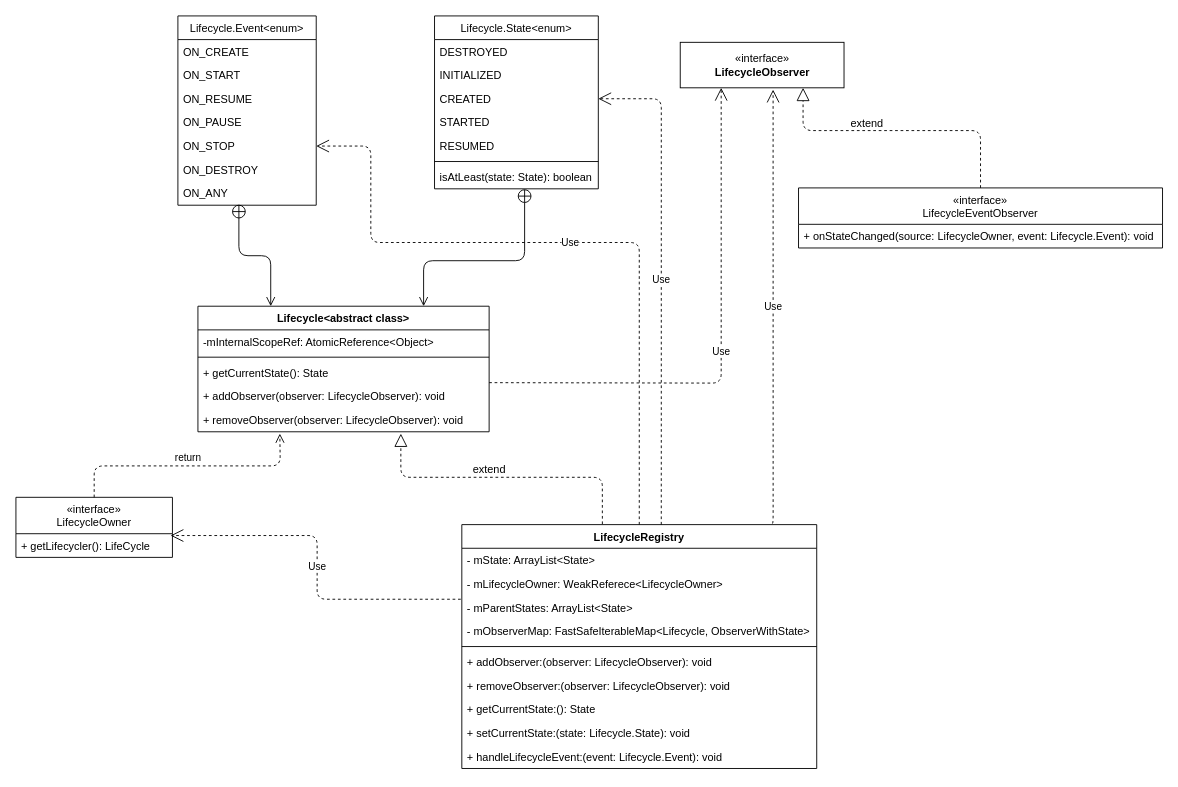
Earlier version of the draw.io diagram LIfecycle.drawio (Eanam/PointlessDiagram). Source tidied: cells renumbered, new cells numbered last; positions are measured from the earlier drawing's top-left corner, leaving out a move shared by most shapes. Both pictures are drawn from the tidied source at 91%, with x=0, y=0 at pixel (15, 15).
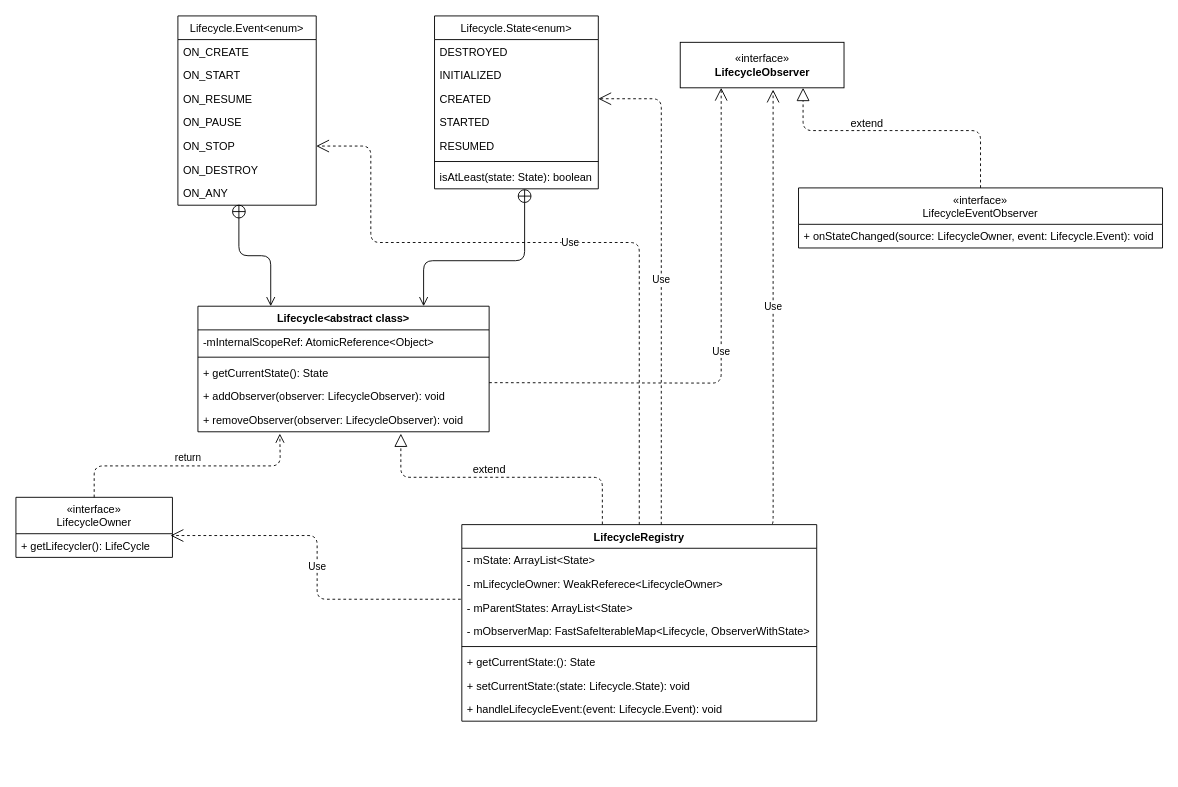
Above is the later version.

Diff of the diagram source:
```diff
@@
     <mxCell id="30" value="LifecycleRegistry" style="swimlane;fontStyle=1;align=center;verticalAlign=top;horizontal=1;startSize=26;" parent="1" vertex="1">
-      <mxGeometry x="490" y="559" width="390" height="268" as="geometry" />
+      <mxGeometry x="490" y="559" width="390" height="216" as="geometry" />
     </mxCell>
@@
-    <mxCell id="36" value="+ addObserver:(observer: LifecycleObserver): void" style="text;strokeColor=none;fillColor=none;align=left;verticalAlign=top;spacingLeft=4;spacingRight=4;overflow=hidden;" parent="30" vertex="1">
-      <mxGeometry y="138" width="390" height="26" as="geometry" />
-    </mxCell>
-    <mxCell id="37" value="+ removeObserver:(observer: LifecycleObserver): void" style="text;strokeColor=none;fillColor=none;align=left;verticalAlign=top;spacingLeft=4;spacingRight=4;overflow=hidden;" parent="30" vertex="1">
-      <mxGeometry y="164" width="390" height="26" as="geometry" />
-    </mxCell>
     <mxCell id="38" value="+ getCurrentState:(): State" style="text;strokeColor=none;fillColor=none;align=left;verticalAlign=top;spacingLeft=4;spacingRight=4;overflow=hidden;" parent="30" vertex="1">
-      <mxGeometry y="190" width="390" height="26" as="geometry" />
+      <mxGeometry y="138" width="390" height="26" as="geometry" />
     </mxCell>
     <mxCell id="39" value="+ setCurrentState:(state: Lifecycle.State): void" style="text;strokeColor=none;fillColor=none;align=left;verticalAlign=top;spacingLeft=4;spacingRight=4;overflow=hidden;" parent="30" vertex="1">
-      <mxGeometry y="216" width="390" height="26" as="geometry" />
+      <mxGeometry y="164" width="390" height="26" as="geometry" />
     </mxCell>
     <mxCell id="40" value="+ handleLifecycleEvent:(event: Lifecycle.Event): void" style="text;strokeColor=none;fillColor=none;align=left;verticalAlign=top;spacingLeft=4;spacingRight=4;overflow=hidden;" parent="30" vertex="1">
-      <mxGeometry y="242" width="390" height="26" as="geometry" />
+      <mxGeometry y="190" width="390" height="26" as="geometry" />
     </mxCell>
```
